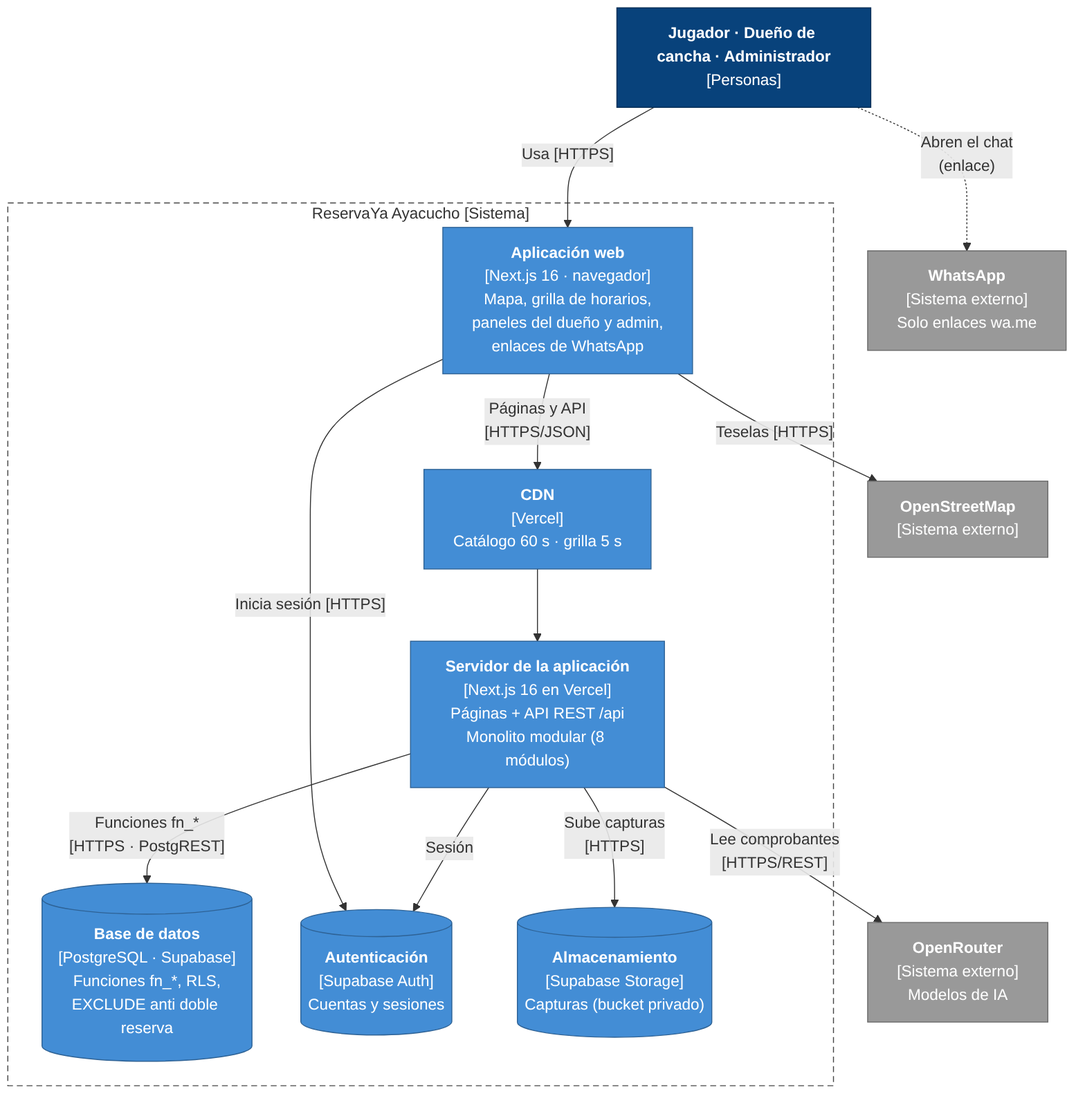
Before: img/nivel2-contenedores.png, a diagram exported from Mermaid (edhtsprado27-bit/ReservaYa-Ayacucho). Its source is kept beside it as img/fuentes-svg/nivel2-contenedores.mmd.
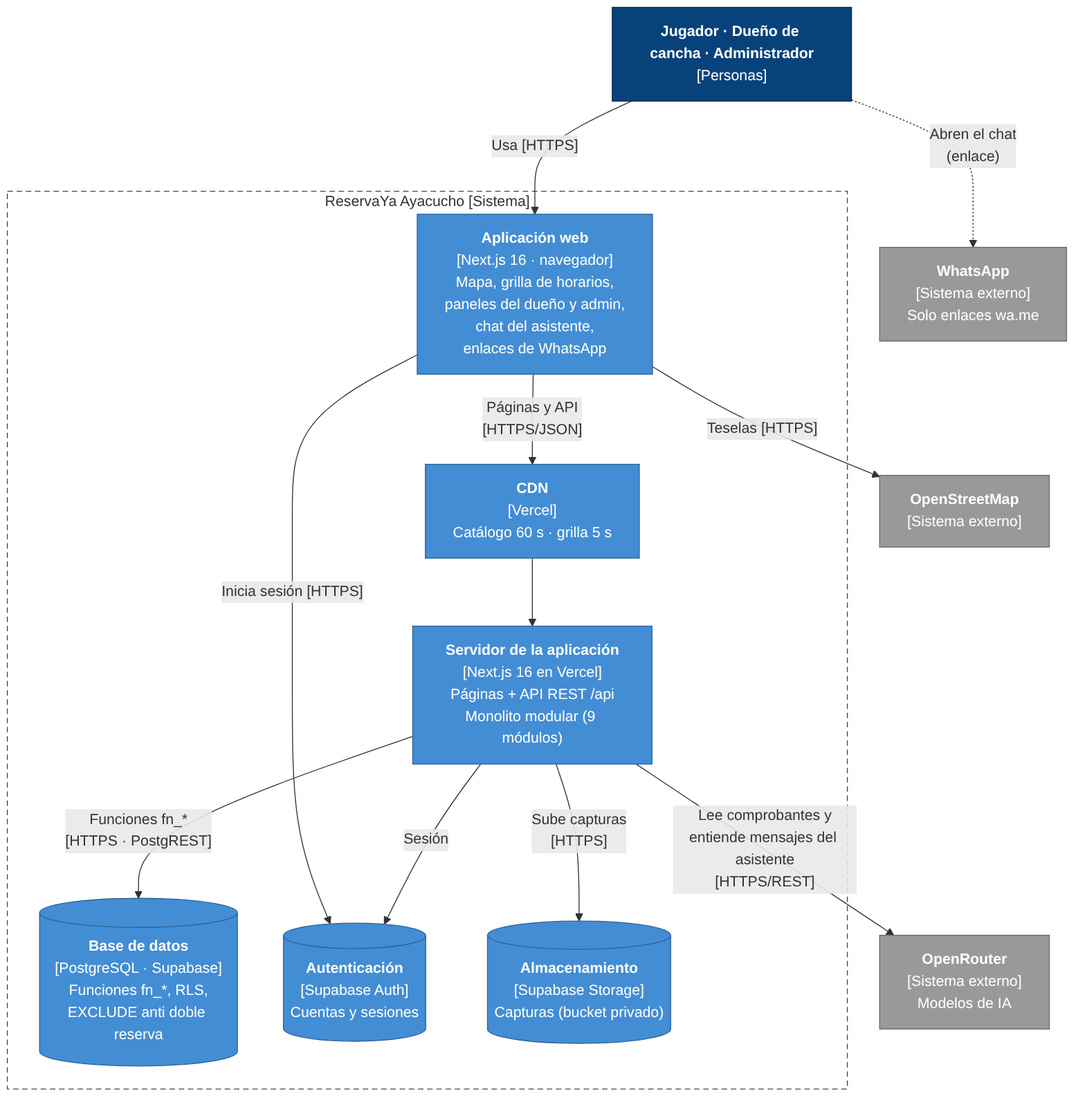
The same diagram one commit later.

What changed in the source:
```diff
@@ -2,8 +2,8 @@
     usuarios["<b>Jugador · Dueño de cancha · Administrador</b><br/>[Personas]"]
 
     subgraph limite["ReservaYa Ayacucho [Sistema]"]
-        web["<b>Aplicación web</b><br/>[Next.js 16 · navegador]<br/>Mapa, grilla de horarios,<br/>paneles del dueño y admin,<br/>enlaces de WhatsApp"]
-        srv["<b>Servidor de la aplicación</b><br/>[Next.js 16 en Vercel]<br/>Páginas + API REST /api<br/>Monolito modular (8 módulos)"]
+        web["<b>Aplicación web</b><br/>[Next.js 16 · navegador]<br/>Mapa, grilla de horarios,<br/>paneles del dueño y admin,<br/>chat del asistente,<br/>enlaces de WhatsApp"]
+        srv["<b>Servidor de la aplicación</b><br/>[Next.js 16 en Vercel]<br/>Páginas + API REST /api<br/>Monolito modular (9 módulos)"]
         cdn["<b>CDN</b><br/>[Vercel]<br/>Catálogo 60 s · grilla 5 s"]
         bd[("<b>Base de datos</b><br/>[PostgreSQL · Supabase]<br/>Funciones fn_*, RLS,<br/>EXCLUDE anti doble reserva")]
         auth[("<b>Autenticación</b><br/>[Supabase Auth]<br/>Cuentas y sesiones")]
@@ -22,7 +22,7 @@
     srv -- "Funciones fn_*<br/>[HTTPS · PostgREST]" --> bd
     srv -- "Sesión" --> auth
     srv -- "Sube capturas<br/>[HTTPS]" --> storage
-    srv -- "Lee comprobantes<br/>[HTTPS/REST]" --> openrouter
+    srv -- "Lee comprobantes y<br/>entiende mensajes del asistente<br/>[HTTPS/REST]" --> openrouter
     usuarios -. "Abren el chat<br/>(enlace)" .-> whatsapp
 
     classDef persona fill:#08427b,stroke:#052e56,color:#fff
```
